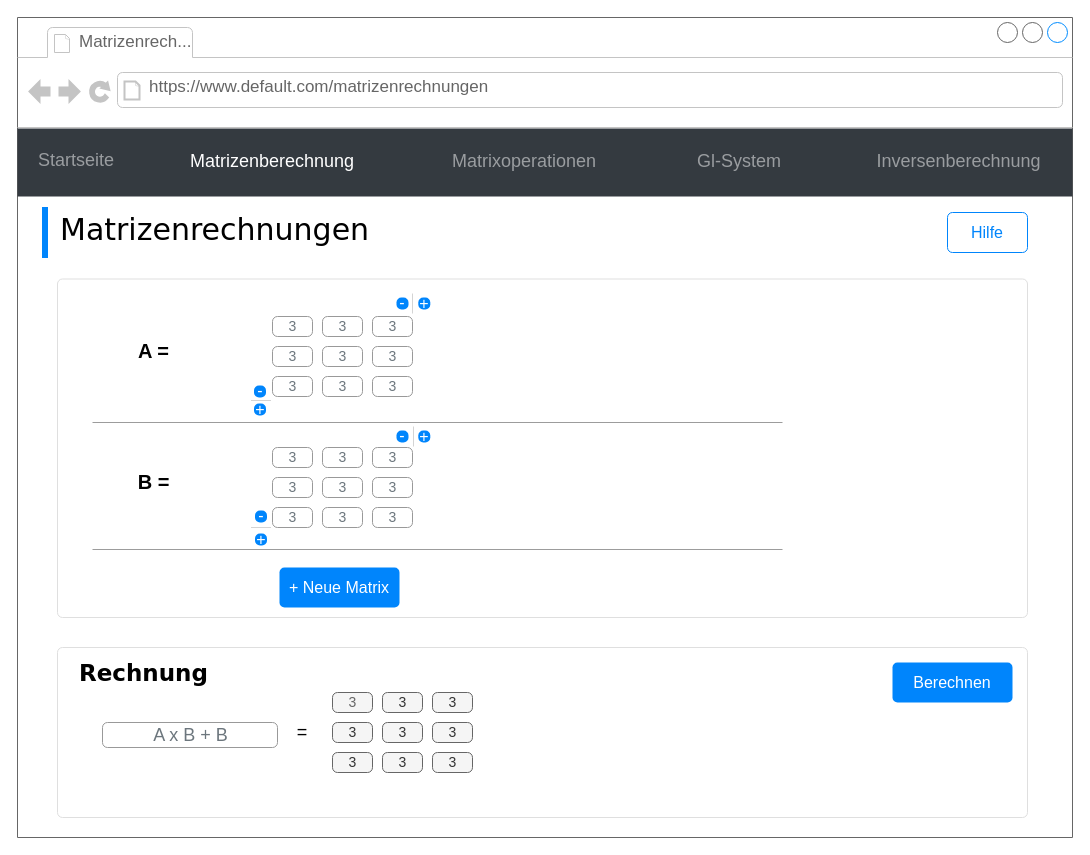
Earlier version of the draw.io diagram mockup/mockup_matrizenberechnung.drawio (finitearth/Gaussian-Elimination-GUI). Source tidied: cells renumbered, new cells numbered last; positions are measured from the earlier drawing's top-left corner, leaving out a move shared by most shapes. Both pictures are drawn from the tidied source at 100%, with x=0, y=0 at pixel (17, 17).
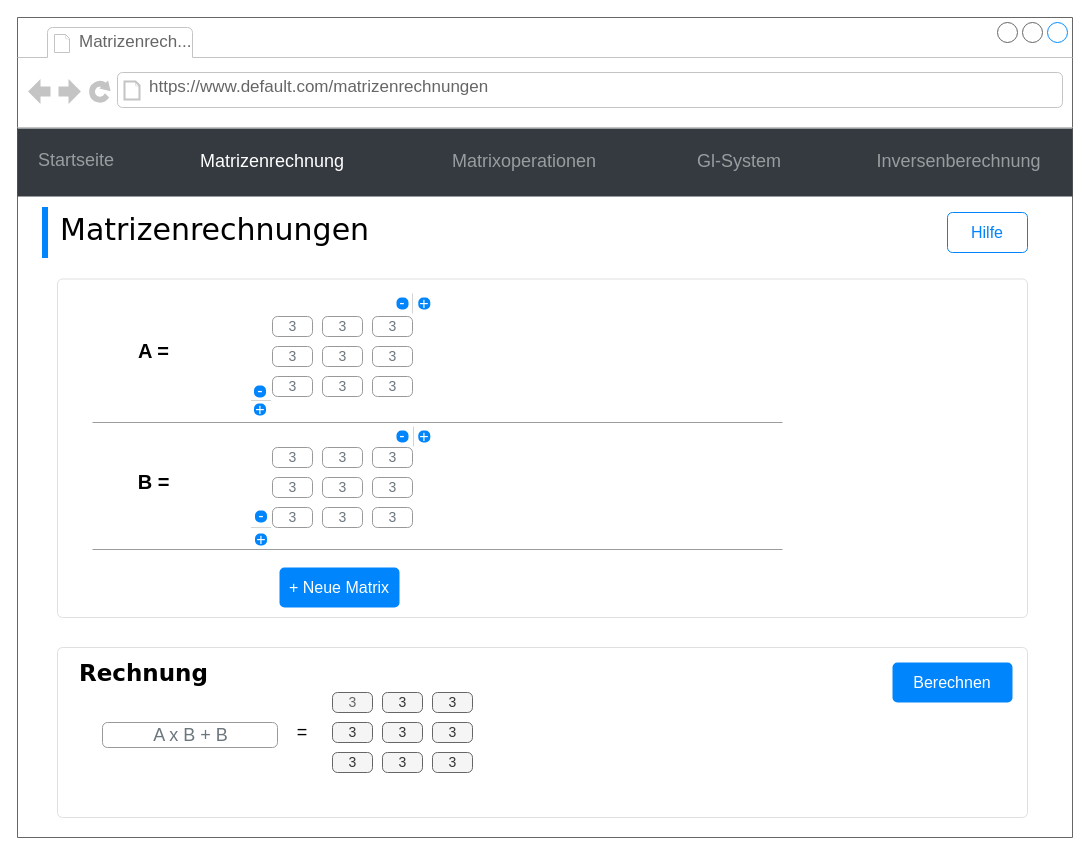
Above is the later version.

The change refers to these unchanged cells:
```xml
<mxCell id="64" style="html=1;shadow=0;dashed=0;fillColor=#343A40;strokeColor=none;fontSize=18;fontColor=#ffffff;align=left;spacing=15;" parent="1" vertex="1">
  <mxGeometry y="111" width="1055" height="68" as="geometry" />
</mxCell>
```

The edit, as a diff of the source:
```diff
@@
-    <mxCell id="66" value="Matrizenberechnung" style="fillColor=none;strokeColor=none;fontSize=18;fontColor=#FFFFFF;align=center;" parent="64" vertex="1">
+    <mxCell id="66" value="Matrizenrechnung" style="fillColor=none;strokeColor=none;fontSize=18;fontColor=#FFFFFF;align=center;" parent="64" vertex="1">
       <mxGeometry width="70" height="40" relative="1" as="geometry">
         <mxPoint x="220" y="11" as="offset" />
       </mxGeometry>
     </mxCell>
```
